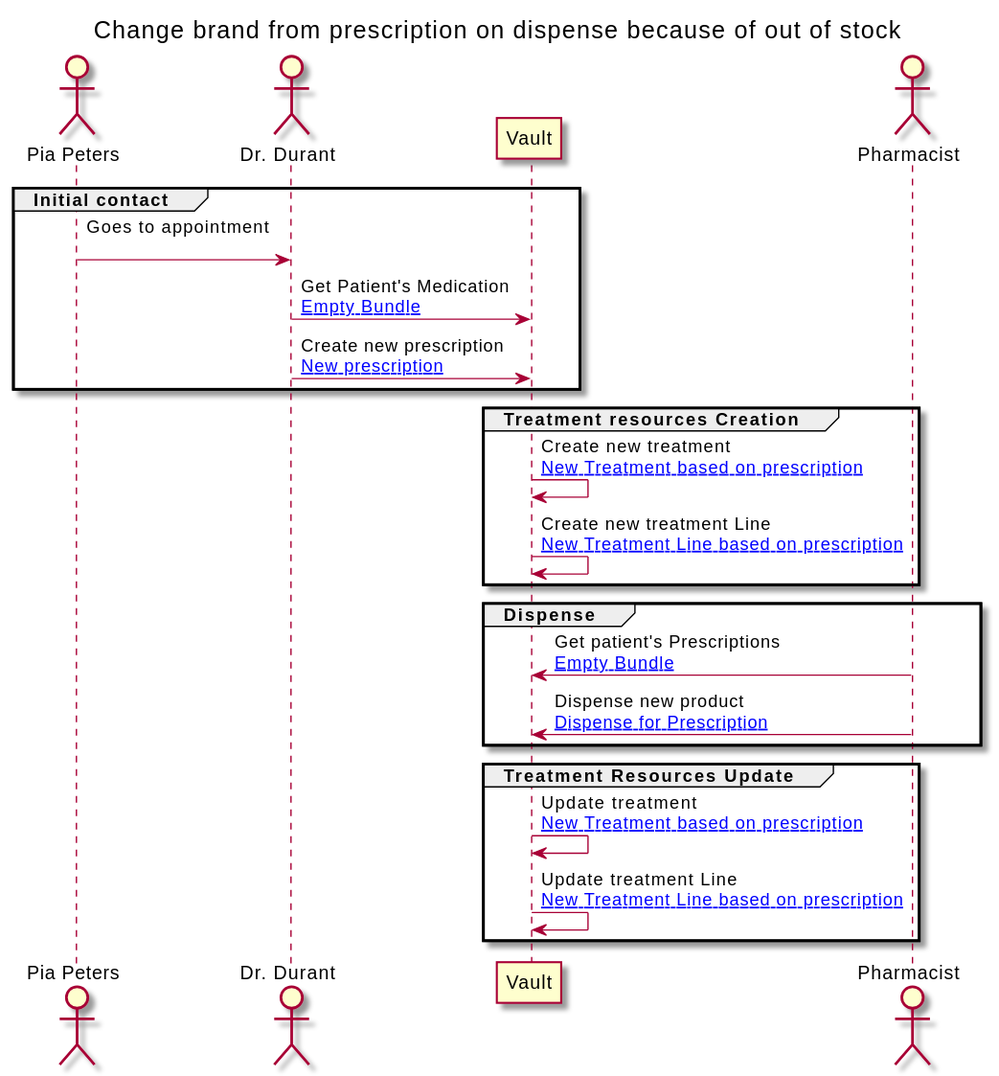
jcostateixeira/riziv-medication-record keeps this PlantUML diagram as branches/master/ExampleScenario-example-5-scenario.svg. Above is the earlier version.
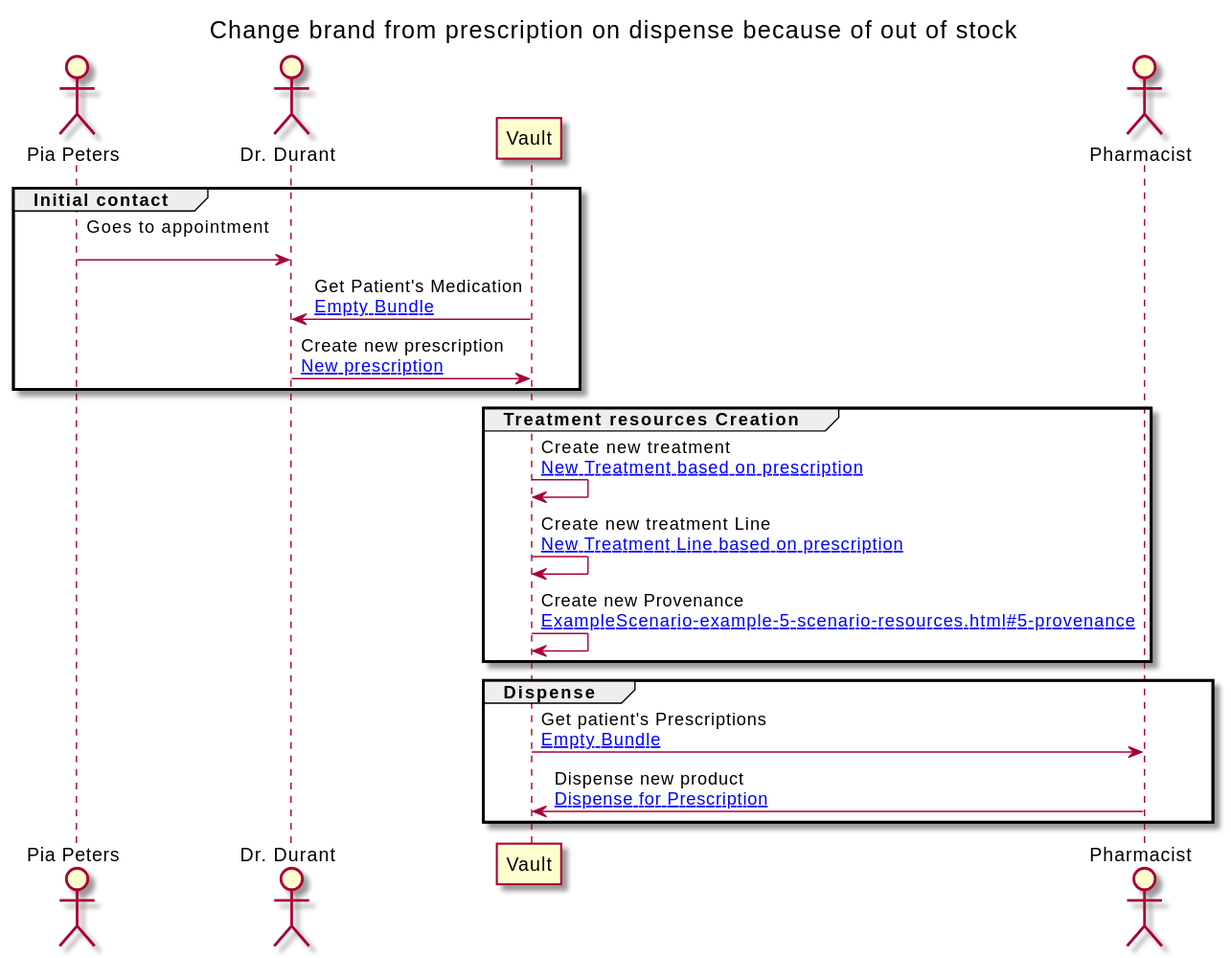
The same file after the commit.

What changed in the source:
```diff
@@ -16,7 +16,7 @@
 group Initial contact
 
 PATIENT -> GP : Goes to appointment\n
-GP -> VAULT : Get Patient's Medication\n[[ExampleScenario-example-5-scenario-resources.html#EB Empty Bundle]]
+VAULT -> GP : Get Patient's Medication\n[[ExampleScenario-example-5-scenario-resources.html#EB Empty Bundle]]
 GP -> VAULT : Create new prescription\n[[ExampleScenario-example-5-scenario-resources.html#5-prescription New prescription]]
 end
 
@@ -24,18 +24,13 @@
 
 VAULT -> VAULT : Create new treatment\n[[ExampleScenario-example-5-scenario-resources.html#5-treatment New Treatment based on prescription]]
 VAULT -> VAULT : Create new treatment Line\n[[ExampleScenario-example-5-scenario-resources.html#5-treatmentLine New Treatment Line based on prescription]]
+VAULT -> VAULT : Create new Provenance\n[[ExampleScenario-example-5-scenario-resources.html#5-provenance ]]
 end
 
 group Dispense
 
-PHARM -> VAULT : Get patient's Prescriptions\n[[ExampleScenario-example-5-scenario-resources.html#EB Empty Bundle]]
+VAULT -> PHARM : Get patient's Prescriptions\n[[ExampleScenario-example-5-scenario-resources.html#EB Empty Bundle]]
 PHARM -> VAULT : Dispense new product\n[[ExampleScenario-example-5-scenario-resources.html#5-dispense Dispense for Prescription]]
-end
-
-group Treatment Resources Update
-
-VAULT -> VAULT : Update treatment\n[[ExampleScenario-example-5-scenario-resources.html#5-treatment New Treatment based on prescription]]
-VAULT -> VAULT : Update treatment Line\n[[ExampleScenario-example-5-scenario-resources.html#5-treatmentLine New Treatment Line based on prescription]]
 end
 
 
```
